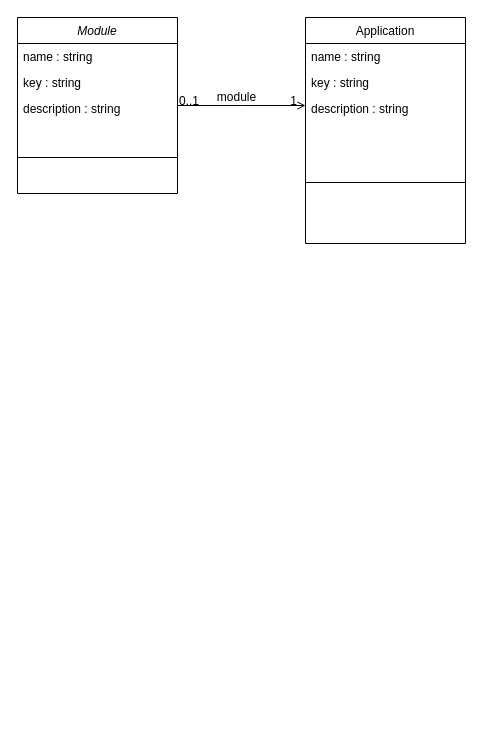
Earlier version of the draw.io diagram docs/diagramaClasse.drawio (ofSaJoaquim/ms-client). Source tidied: cells renumbered, new cells numbered last; positions are measured from the earlier drawing's top-left corner, leaving out a move shared by most shapes. Both pictures are drawn from the tidied source at 100%, with x=0, y=0 at pixel (17, 17).
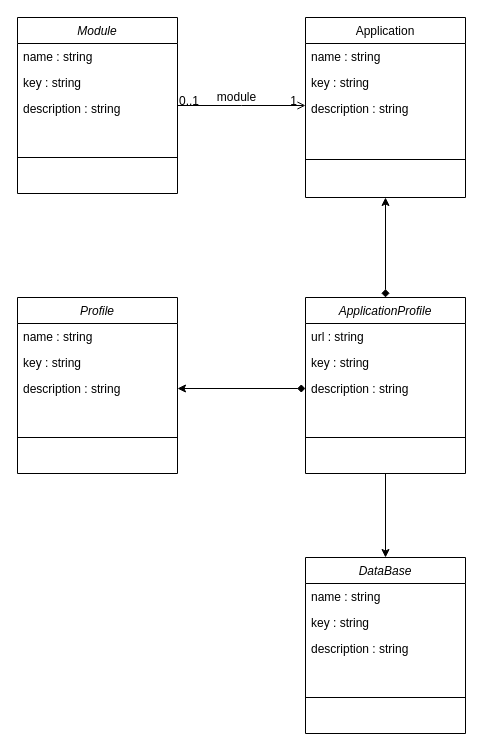
The same diagram, later.

Change to the diagram source:
```diff
@@
     <mxCell id="7" value="Application" style="swimlane;fontStyle=0;align=center;verticalAlign=top;horizontal=1;startSize=26;rounded=0;shadow=0;strokeWidth=1;" parent="1" vertex="1">
-      <mxGeometry x="288" width="160" height="226" as="geometry" />
+      <mxGeometry x="288" width="160" height="180" as="geometry" />
     </mxCell>
@@
     <mxCell id="11" style="line;html=1;strokeWidth=1;align=left;verticalAlign=middle;spacingTop=-1;spacingLeft=3;spacingRight=3;labelPosition=right;" parent="7" vertex="1">
-      <mxGeometry y="104" width="160" height="122" as="geometry" />
+      <mxGeometry y="104" width="160" height="76" as="geometry" />
     </mxCell>
@@
+    <mxCell id="16" value="Profile" style="swimlane;fontStyle=2;align=center;verticalAlign=top;horizontal=1;startSize=26;rounded=0;shadow=0;strokeWidth=1;" parent="1" vertex="1">
+      <mxGeometry y="280" width="160" height="176" as="geometry" />
+    </mxCell>
+    <mxCell id="17" value="name : string" style="text;align=left;verticalAlign=top;spacingLeft=4;spacingRight=4;overflow=hidden;" parent="16" vertex="1">
+      <mxGeometry y="26" width="160" height="26" as="geometry" />
+    </mxCell>
+    <mxCell id="18" value="key : string" style="text;align=left;verticalAlign=top;spacingLeft=4;spacingRight=4;overflow=hidden;rounded=0;shadow=0;html=0;" parent="16" vertex="1">
+      <mxGeometry y="52" width="160" height="26" as="geometry" />
+    </mxCell>
+    <mxCell id="19" value="description : string" style="text;align=left;verticalAlign=top;spacingLeft=4;spacingRight=4;overflow=hidden;points=[[0,0.5],[1,0.5]];portConstraint=eastwest;rounded=0;shadow=0;html=0;" parent="16" vertex="1">
+      <mxGeometry y="78" width="160" height="26" as="geometry" />
+    </mxCell>
+    <mxCell id="20" style="line;html=1;strokeWidth=1;align=left;verticalAlign=middle;spacingTop=-1;spacingLeft=3;spacingRight=3;labelPosition=right;" parent="16" vertex="1">
+      <mxGeometry y="104" width="160" height="72" as="geometry" />
+    </mxCell>
+    <mxCell id="21" style="edgeStyle=orthogonalEdgeStyle;rounded=0;jettySize=auto;html=1;exitX=0.5;exitY=0;exitDx=0;exitDy=0;entryX=0.5;entryY=1;entryDx=0;entryDy=0;startArrow=diamond;startFill=1;" parent="1" edge="1" source="23" target="7">
+      <mxGeometry relative="1" as="geometry" />
+    </mxCell>
+    <mxCell id="22" style="edgeStyle=orthogonalEdgeStyle;rounded=0;jettySize=auto;html=1;exitX=0.5;exitY=1;exitDx=0;exitDy=0;entryX=0.5;entryY=0;entryDx=0;entryDy=0;" parent="1" edge="1" source="23" target="29">
+      <mxGeometry relative="1" as="geometry" />
+    </mxCell>
+    <mxCell id="23" value="ApplicationProfile" style="swimlane;fontStyle=2;align=center;verticalAlign=top;horizontal=1;startSize=26;rounded=0;shadow=0;strokeWidth=1;" parent="1" vertex="1">
+      <mxGeometry x="288" y="280" width="160" height="176" as="geometry" />
+    </mxCell>
+    <mxCell id="24" value="url : string" style="text;align=left;verticalAlign=top;spacingLeft=4;spacingRight=4;overflow=hidden;" parent="23" vertex="1">
+      <mxGeometry y="26" width="160" height="26" as="geometry" />
+    </mxCell>
+    <mxCell id="25" value="key : string" style="text;align=left;verticalAlign=top;spacingLeft=4;spacingRight=4;overflow=hidden;rounded=0;shadow=0;html=0;" parent="23" vertex="1">
+      <mxGeometry y="52" width="160" height="26" as="geometry" />
+    </mxCell>
+    <mxCell id="26" value="description : string" style="text;align=left;verticalAlign=top;spacingLeft=4;spacingRight=4;overflow=hidden;points=[[0,0.5],[1,0.5]];portConstraint=eastwest;rounded=0;shadow=0;html=0;" parent="23" vertex="1">
+      <mxGeometry y="78" width="160" height="26" as="geometry" />
+    </mxCell>
+    <mxCell id="27" style="line;html=1;strokeWidth=1;align=left;verticalAlign=middle;spacingTop=-1;spacingLeft=3;spacingRight=3;labelPosition=right;" parent="23" vertex="1">
+      <mxGeometry y="104" width="160" height="72" as="geometry" />
+    </mxCell>
+    <mxCell id="28" style="edgeStyle=orthogonalEdgeStyle;rounded=0;jettySize=auto;html=1;exitX=0;exitY=0.5;exitDx=0;exitDy=0;startArrow=diamond;startFill=1;" parent="1" edge="1" source="26" target="19">
+      <mxGeometry relative="1" as="geometry" />
+    </mxCell>
+    <mxCell id="29" value="DataBase" style="swimlane;fontStyle=2;align=center;verticalAlign=top;horizontal=1;startSize=26;rounded=0;shadow=0;strokeWidth=1;" parent="1" vertex="1">
+      <mxGeometry x="288" y="540" width="160" height="176" as="geometry" />
+    </mxCell>
+    <mxCell id="30" value="name : string" style="text;align=left;verticalAlign=top;spacingLeft=4;spacingRight=4;overflow=hidden;" parent="29" vertex="1">
+      <mxGeometry y="26" width="160" height="26" as="geometry" />
+    </mxCell>
+    <mxCell id="31" value="key : string" style="text;align=left;verticalAlign=top;spacingLeft=4;spacingRight=4;overflow=hidden;rounded=0;shadow=0;html=0;" parent="29" vertex="1">
+      <mxGeometry y="52" width="160" height="26" as="geometry" />
+    </mxCell>
+    <mxCell id="32" value="description : string" style="text;align=left;verticalAlign=top;spacingLeft=4;spacingRight=4;overflow=hidden;rounded=0;shadow=0;html=0;" parent="29" vertex="1">
+      <mxGeometry y="78" width="160" height="26" as="geometry" />
+    </mxCell>
+    <mxCell id="33" style="line;html=1;strokeWidth=1;align=left;verticalAlign=middle;spacingTop=-1;spacingLeft=3;spacingRight=3;labelPosition=right;" parent="29" vertex="1">
+      <mxGeometry y="104" width="160" height="72" as="geometry" />
+    </mxCell>
```
